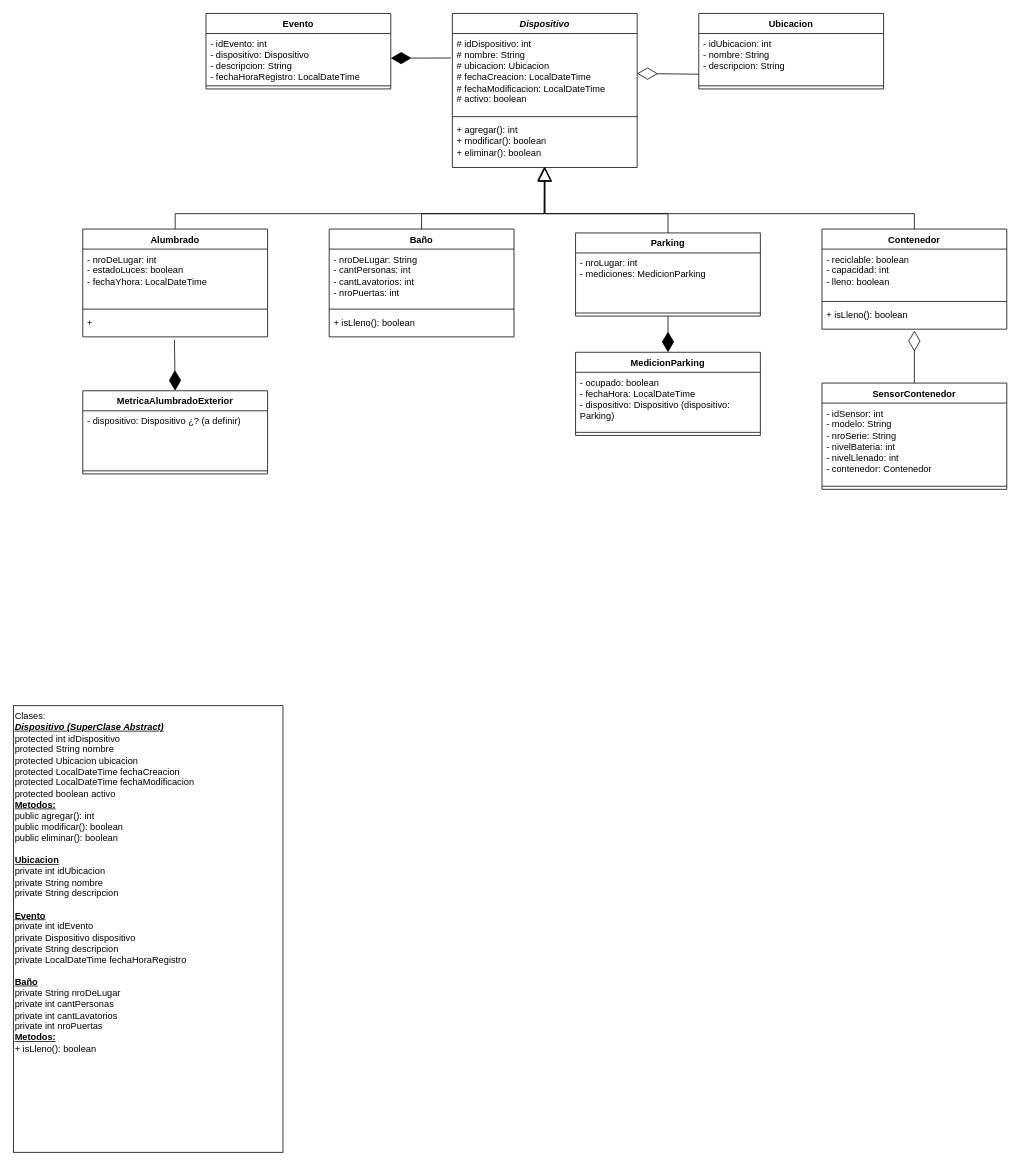
The draw.io diagram Diagrama de Clases - Grupo 17.drawio in BarbaraNewman/grupo-17-OO2-2023, before the edit. Source tidied: cells renumbered, new cells numbered last; positions are measured from the earlier drawing's top-left corner, leaving out a move shared by most shapes. Both pictures are drawn from the tidied source at 77%, with x=0, y=0 at pixel (13, 13).
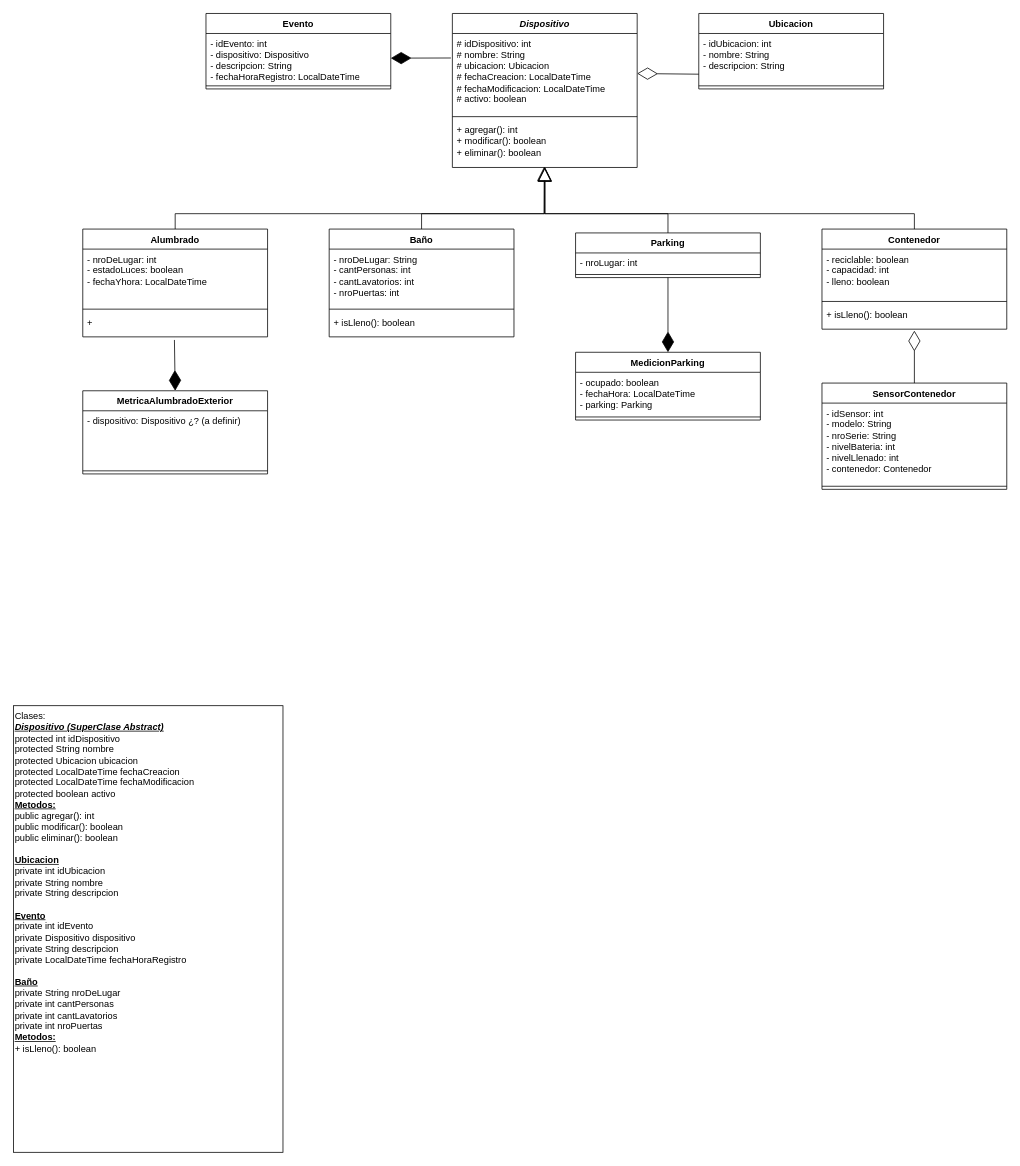
The same diagram, later.

The edit, as a diff of the source:
```diff
@@
     <mxCell id="32" value="Parking" style="swimlane;fontStyle=1;align=center;verticalAlign=top;horizontal=1;startSize=26;whiteSpace=wrap;html=1;" parent="1" vertex="1">
-      <mxGeometry x="730" y="285" width="240" height="108" as="geometry" />
+      <mxGeometry x="730" y="285" width="240" height="58" as="geometry" />
     </mxCell>
-    <mxCell id="33" value="- nroLugar: int&lt;br&gt;- mediciones: MedicionParking" style="text;strokeColor=none;fillColor=none;align=left;verticalAlign=top;spacingLeft=4;spacingRight=4;overflow=hidden;whiteSpace=wrap;html=1;" parent="32" vertex="1">
-      <mxGeometry y="26" width="240" height="74" as="geometry" />
+    <mxCell id="33" value="- nroLugar: int" style="text;strokeColor=none;fillColor=none;align=left;verticalAlign=top;spacingLeft=4;spacingRight=4;overflow=hidden;whiteSpace=wrap;html=1;" parent="32" vertex="1">
+      <mxGeometry y="26" width="240" height="24" as="geometry" />
     </mxCell>
     <mxCell id="34" style="line;strokeWidth=1;fillColor=none;align=left;verticalAlign=middle;spacingTop=-1;spacingLeft=3;spacingRight=3;labelPosition=right;strokeColor=inherit;" parent="32" vertex="1">
-      <mxGeometry y="100" width="240" height="8" as="geometry" />
+      <mxGeometry y="50" width="240" height="8" as="geometry" />
     </mxCell>
@@
     <mxCell id="36" value="MedicionParking" style="swimlane;fontStyle=1;align=center;verticalAlign=top;horizontal=1;startSize=26;whiteSpace=wrap;html=1;" parent="1" vertex="1">
-      <mxGeometry x="730" y="440" width="240" height="108" as="geometry" />
+      <mxGeometry x="730" y="440" width="240" height="88" as="geometry" />
     </mxCell>
-    <mxCell id="37" value="- ocupado: boolean&lt;br&gt;- fechaHora: LocalDateTime&lt;br&gt;- dispositivo: Dispositivo (dispositivo: Parking)" style="text;strokeColor=none;fillColor=none;align=left;verticalAlign=top;spacingLeft=4;spacingRight=4;overflow=hidden;whiteSpace=wrap;html=1;" parent="36" vertex="1">
-      <mxGeometry y="26" width="240" height="74" as="geometry" />
+    <mxCell id="37" value="- ocupado: boolean&lt;br&gt;- fechaHora: LocalDateTime&lt;br&gt;- parking: Parking" style="text;strokeColor=none;fillColor=none;align=left;verticalAlign=top;spacingLeft=4;spacingRight=4;overflow=hidden;whiteSpace=wrap;html=1;" parent="36" vertex="1">
+      <mxGeometry y="26" width="240" height="54" as="geometry" />
     </mxCell>
     <mxCell id="38" style="line;strokeWidth=1;fillColor=none;align=left;verticalAlign=middle;spacingTop=-1;spacingLeft=3;spacingRight=3;labelPosition=right;strokeColor=inherit;" parent="36" vertex="1">
-      <mxGeometry y="100" width="240" height="8" as="geometry" />
+      <mxGeometry y="80" width="240" height="8" as="geometry" />
     </mxCell>
```
